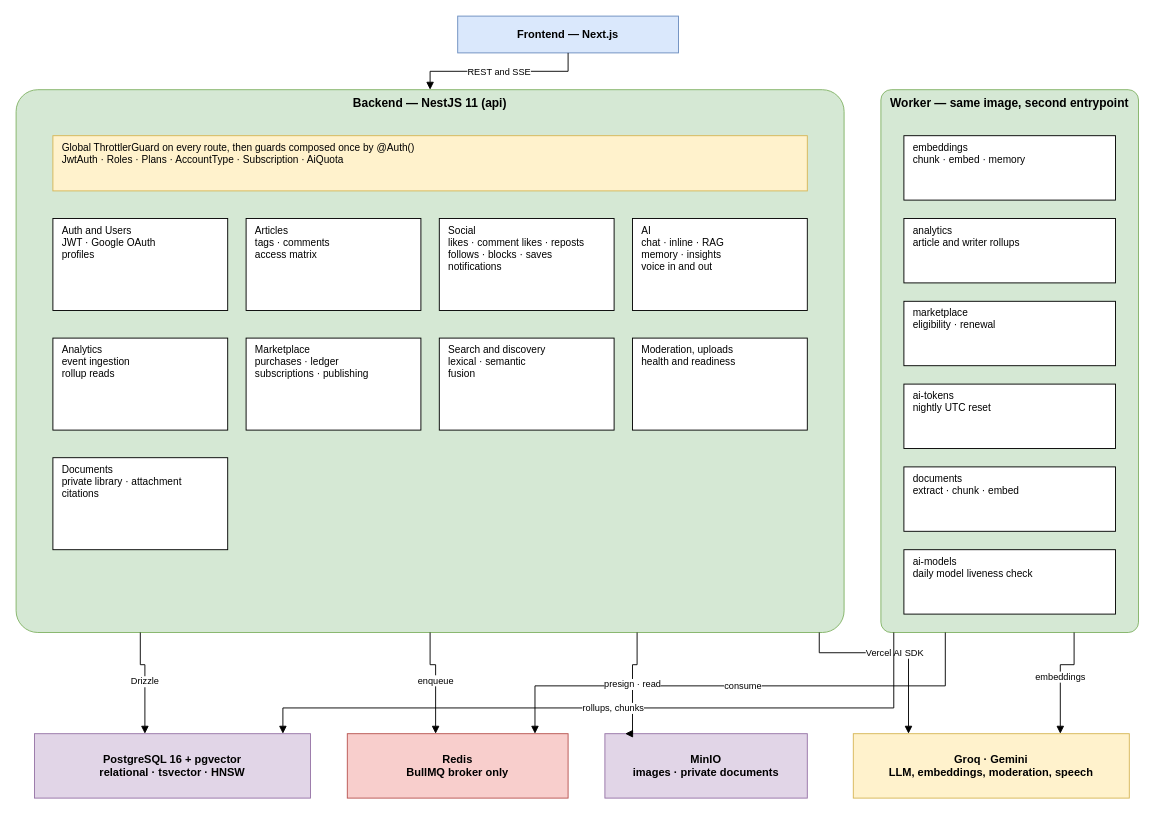
The draw.io diagram diagrams/fig-3-2-architecture-backend/fig-3-2-architecture-backend.drawio in inkwell-dev/spec.inkwell.ai, before the edit. Source tidied: cells renumbered, new cells numbered last; positions are measured from the earlier drawing's top-left corner, leaving out a move shared by most shapes. Both pictures are drawn from the tidied source at 92%, with x=0, y=0 at pixel (16, 16).
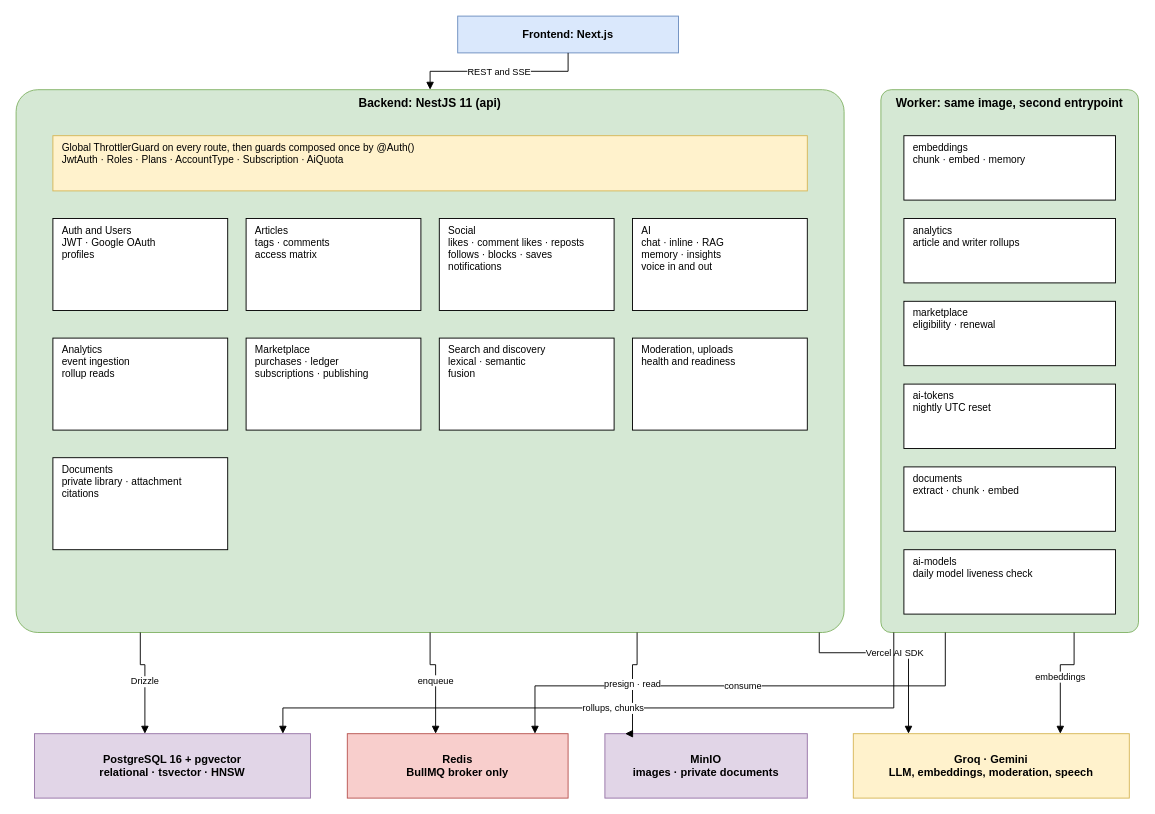
After the change.

What changed in the source:
```diff
@@
-    <mxCell id="2" value="Frontend — Next.js" style="rounded=0;whiteSpace=wrap;html=1;fontStyle=1;fontSize=12;fillColor=#DAE8FC;strokeColor=#6C8EBF;" parent="1" vertex="1">
+    <mxCell id="2" value="Frontend: Next.js" style="rounded=0;whiteSpace=wrap;html=1;fontStyle=1;fontSize=12;fillColor=#DAE8FC;strokeColor=#6C8EBF;" parent="1" vertex="1">
       <mxGeometry x="480" width="240" height="40" as="geometry" />
     </mxCell>
-    <mxCell id="3" value="Backend — NestJS 11 (api)" style="rounded=1;whiteSpace=wrap;html=1;verticalAlign=top;fontStyle=1;fontSize=13;arcSize=4;fillColor=#D5E8D4;strokeColor=#82B366;" parent="1" vertex="1">
+    <mxCell id="3" value="Backend: NestJS 11 (api)" style="rounded=1;whiteSpace=wrap;html=1;verticalAlign=top;fontStyle=1;fontSize=13;arcSize=4;fillColor=#D5E8D4;strokeColor=#82B366;" parent="1" vertex="1">
       <mxGeometry y="80" width="900" height="590" as="geometry" />
     </mxCell>
@@
-    <mxCell id="14" value="Worker — same image, second entrypoint" style="rounded=1;whiteSpace=wrap;html=1;verticalAlign=top;fontStyle=1;fontSize=13;arcSize=4;fillColor=#D5E8D4;strokeColor=#82B366;" parent="1" vertex="1">
+    <mxCell id="14" value="Worker: same image, second entrypoint" style="rounded=1;whiteSpace=wrap;html=1;verticalAlign=top;fontStyle=1;fontSize=13;arcSize=4;fillColor=#D5E8D4;strokeColor=#82B366;" parent="1" vertex="1">
       <mxGeometry x="940" y="80" width="280" height="590" as="geometry" />
     </mxCell>
```
